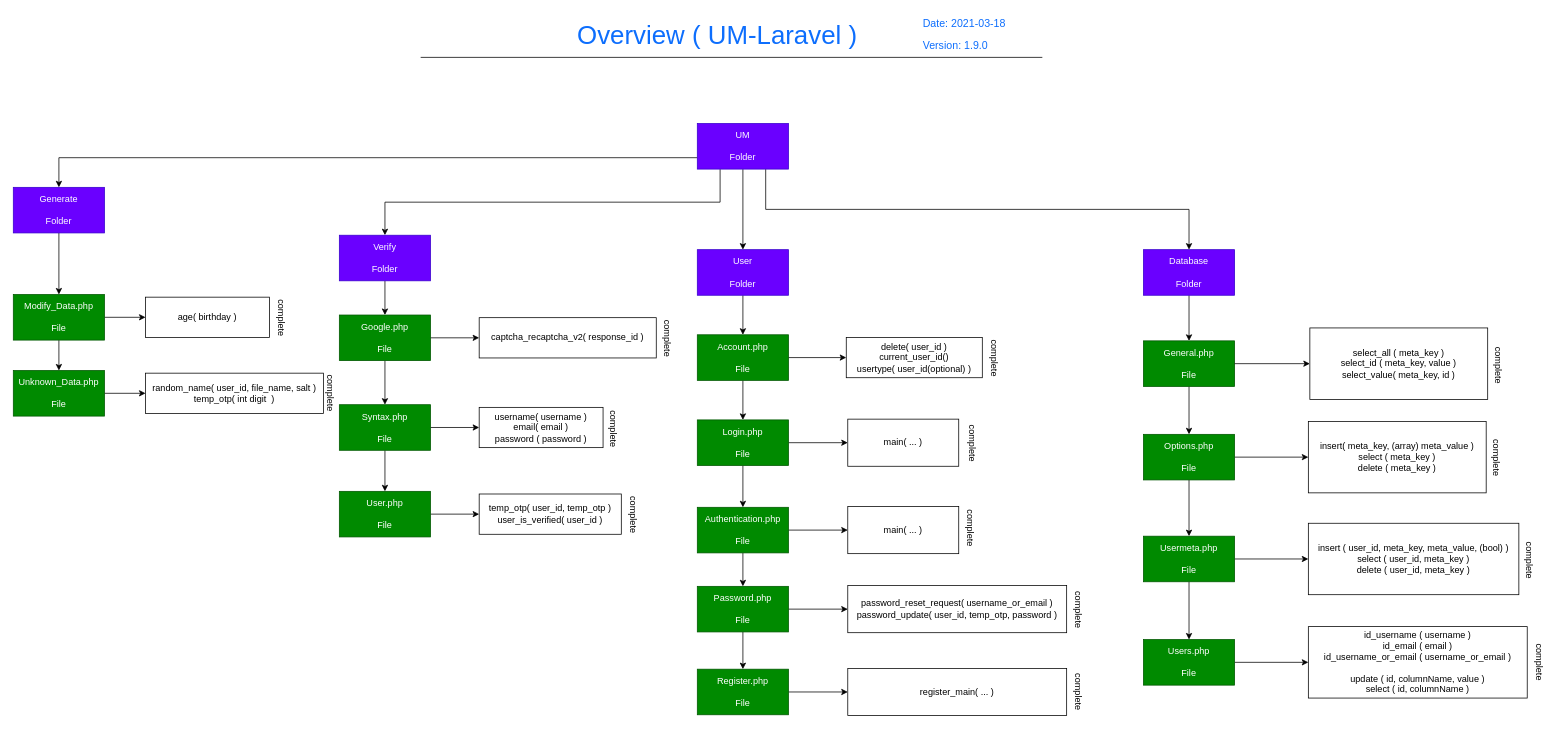
imithu/UM keeps this draw.io diagram as page "Main" (1 of 2) of Docs/main.drawio. Above is the earlier version. Source tidied: cells renumbered, new cells numbered last; positions are measured from the earlier drawing's top-left corner, leaving out a move shared by most shapes. Both pictures are drawn from the tidied source at 76%, with x=0, y=0 at pixel (13, 13).
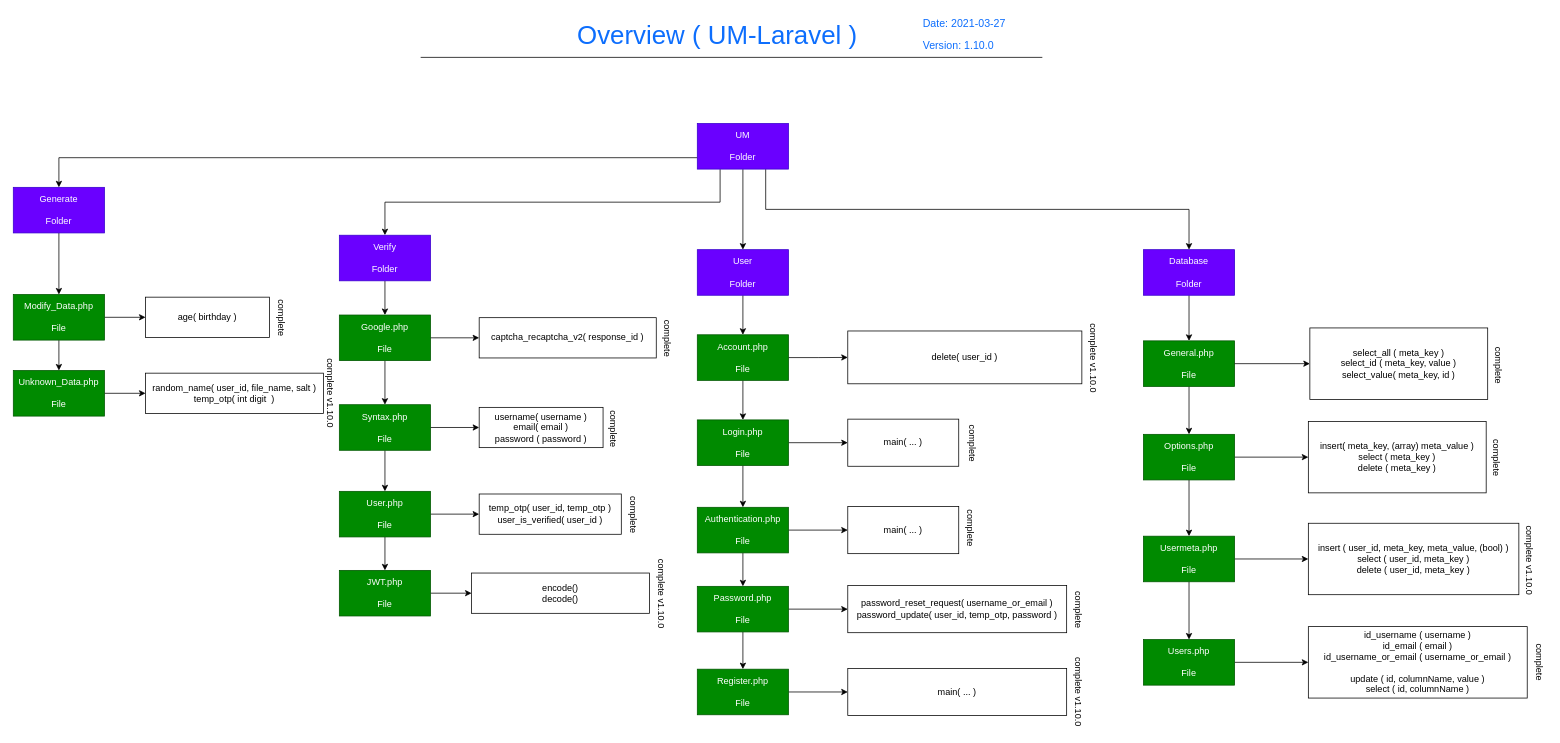
After the change.

The change refers to these unchanged cells:
```xml
<mxCell id="2" style="group;fontSize=34;" parent="1" vertex="1">
  <mxGeometry x="536" width="818" height="58" as="geometry" />
</mxCell>
<mxCell id="57" value="User.php&lt;br&gt;&lt;br&gt;File" style="rounded=0;whiteSpace=wrap;html=1;fillColor=#008a00;strokeColor=#005700;fontColor=#ffffff;" parent="1" vertex="1">
  <mxGeometry x="429" y="629" width="120" height="60" as="geometry" />
</mxCell>
```

Diff of the diagram source:
```diff
@@
-    <mxCell id="4" value="Date: 2021-03-18" style="text;html=1;strokeColor=none;fillColor=none;align=left;verticalAlign=middle;whiteSpace=wrap;labelBackgroundColor=none;fontSize=14;fontColor=#0d6efd;" parent="2" vertex="1">
+    <mxCell id="4" value="Date: 2021-03-27" style="text;html=1;strokeColor=none;fillColor=none;align=left;verticalAlign=middle;whiteSpace=wrap;labelBackgroundColor=none;fontSize=14;fontColor=#0d6efd;" parent="2" vertex="1">
       <mxGeometry x="659" y="1" width="147" height="25" as="geometry" />
     </mxCell>
@@
-    <mxCell id="6" value="Version: 1.9.0" style="text;html=1;strokeColor=none;fillColor=none;align=left;verticalAlign=middle;whiteSpace=wrap;labelBackgroundColor=none;fontSize=14;fontColor=#0d6efd;" parent="2" vertex="1">
+    <mxCell id="6" value="Version: 1.10.0" style="text;html=1;strokeColor=none;fillColor=none;align=left;verticalAlign=middle;whiteSpace=wrap;labelBackgroundColor=none;fontSize=14;fontColor=#0d6efd;" parent="2" vertex="1">
       <mxGeometry x="659" y="32" width="132" height="20" as="geometry" />
     </mxCell>
@@
-    <mxCell id="34" value="delete( user_id )&lt;br&gt;current_user_id()&lt;br&gt;usertype( user_id(optional) )" style="rounded=0;whiteSpace=wrap;html=1;" parent="1" vertex="1">
-      <mxGeometry x="1096" y="426.5" width="179" height="53" as="geometry" />
+    <mxCell id="34" value="delete( user_id )" style="rounded=0;whiteSpace=wrap;html=1;" parent="1" vertex="1">
+      <mxGeometry x="1098" y="418" width="308" height="69.5" as="geometry" />
     </mxCell>
@@
-    <mxCell id="45" value="register_main( ... )" style="rounded=0;whiteSpace=wrap;html=1;" parent="1" vertex="1">
+    <mxCell id="45" value="main( ... )" style="rounded=0;whiteSpace=wrap;html=1;" parent="1" vertex="1">
       <mxGeometry x="1098" y="862" width="288" height="62" as="geometry" />
     </mxCell>
@@
+    <mxCell id="86" style="edgeStyle=orthogonalEdgeStyle;rounded=0;jettySize=auto;html=1;exitX=0.5;exitY=1;exitDx=0;exitDy=0;" parent="1" edge="1" source="57" target="88">
+      <mxGeometry relative="1" as="geometry" />
+    </mxCell>
@@
-    <mxCell id="74" value="complete" style="text;html=1;align=center;verticalAlign=middle;rotation=90;" parent="1" vertex="1">
-      <mxGeometry x="1261" y="444" width="59" height="18" as="geometry" />
-    </mxCell>
@@
-    <mxCell id="77" value="complete" style="text;html=1;align=center;verticalAlign=middle;rotation=90;" parent="1" vertex="1">
-      <mxGeometry x="1372" y="883" width="59" height="18" as="geometry" />
+    <mxCell id="77" value="complete v1.10.0" style="text;html=1;align=center;verticalAlign=middle;rotation=90;" parent="1" vertex="1">
+      <mxGeometry x="1351" y="883" width="101" height="18" as="geometry" />
     </mxCell>
@@
-    <mxCell id="80" value="complete" style="text;html=1;align=center;verticalAlign=middle;rotation=90;" parent="1" vertex="1">
-      <mxGeometry x="388" y="490" width="59" height="18" as="geometry" />
+    <mxCell id="80" value="complete v1.10.0" style="text;html=1;align=center;verticalAlign=middle;rotation=90;" parent="1" vertex="1">
+      <mxGeometry x="367" y="490" width="101" height="18" as="geometry" />
     </mxCell>
@@
-    <mxCell id="85" value="complete" style="text;html=1;align=center;verticalAlign=middle;rotation=90;" parent="1" vertex="1">
-      <mxGeometry x="1965" y="710" width="59" height="18" as="geometry" />
+    <mxCell id="85" value="complete v1.10.0" style="text;html=1;align=center;verticalAlign=middle;rotation=90;" parent="1" vertex="1">
+      <mxGeometry x="1944" y="710" width="101" height="18" as="geometry" />
     </mxCell>
+    <mxCell id="87" style="edgeStyle=orthogonalEdgeStyle;rounded=0;jettySize=auto;html=1;exitX=1;exitY=0.5;exitDx=0;exitDy=0;" parent="1" edge="1" source="88" target="89">
+      <mxGeometry relative="1" as="geometry" />
+    </mxCell>
+    <mxCell id="88" value="JWT.php&lt;br&gt;&lt;br&gt;File" style="rounded=0;whiteSpace=wrap;html=1;fillColor=#008a00;strokeColor=#005700;fontColor=#ffffff;" parent="1" vertex="1">
+      <mxGeometry x="429" y="733" width="120" height="60" as="geometry" />
+    </mxCell>
+    <mxCell id="89" value="encode()&lt;br&gt;decode()" style="rounded=0;whiteSpace=wrap;html=1;" parent="1" vertex="1">
+      <mxGeometry x="603" y="736.5" width="234" height="53" as="geometry" />
+    </mxCell>
+    <mxCell id="90" value="complete v1.10.0" style="text;html=1;align=center;verticalAlign=middle;rotation=90;" parent="1" vertex="1">
+      <mxGeometry x="1371" y="444" width="101" height="18" as="geometry" />
+    </mxCell>
+    <mxCell id="91" value="complete v1.10.0" style="text;html=1;align=center;verticalAlign=middle;rotation=90;" parent="1" vertex="1">
+      <mxGeometry x="802" y="754" width="101" height="18" as="geometry" />
+    </mxCell>
```
